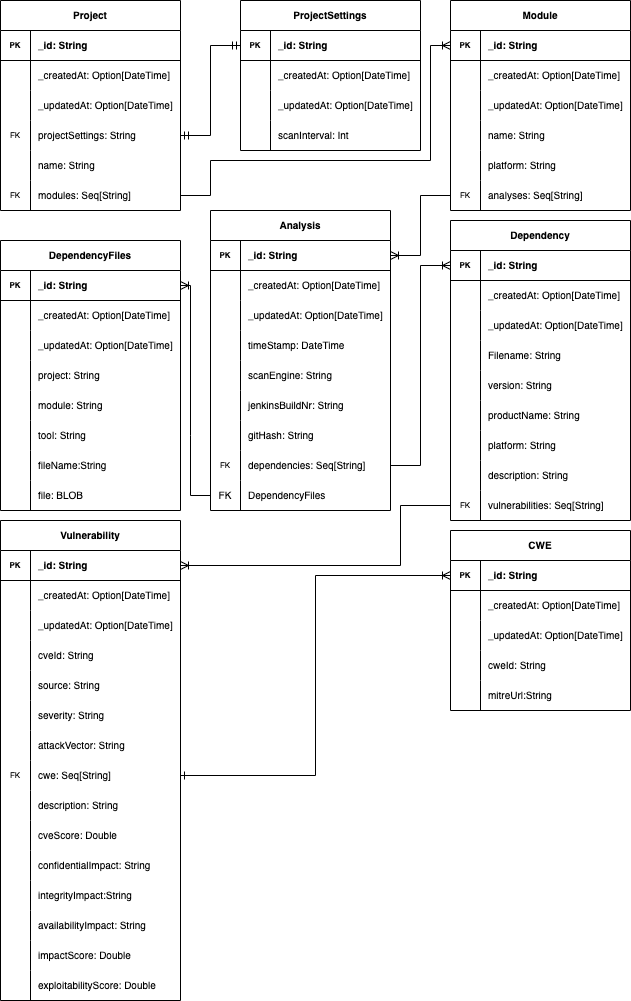
Above: gfx/SOUPAPI-SOUPAPI DM.png in codefink2020/AfstudeerVerslagFINAL (draw.io), before the change. Source tidied: cells renumbered, new cells last; positions are measured from the earlier drawing's top-left corner, leaving out a move shared by most shapes.
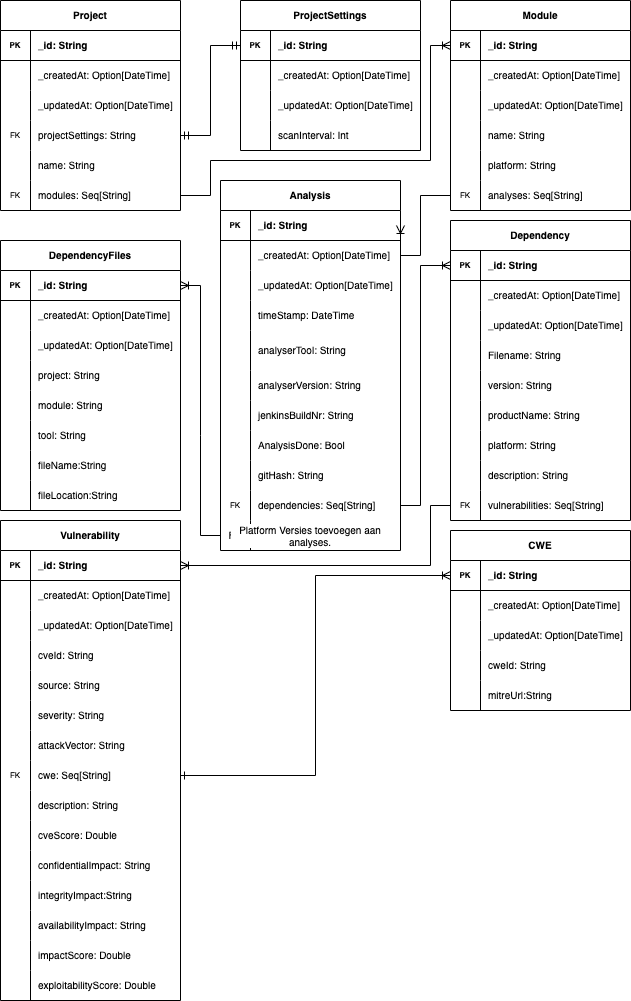
After the change.

Diff of the diagram source:
```diff
@@ -127,7 +127,7 @@
       </mxGeometry>
     </mxCell>
     <mxCell id="41" value="Analysis" style="shape=table;startSize=30;rowLines=0;fontStyle=1;align=center;fontSize=10;" parent="1" vertex="1">
-      <mxGeometry x="210" y="210" width="180" height="300" as="geometry" />
+      <mxGeometry x="220" y="180" width="180" height="370" as="geometry" />
     </mxCell>
     <mxCell id="42" style="shape=tableRow;horizontal=0;startSize=0;swimlaneHead=0;swimlaneBody=0;fillColor=none;points=[[0,0.5],[1,0.5]];portConstraint=eastwest;top=0;left=0;right=0;bottom=1;fontSize=8;" parent="41" vertex="1">
       <mxGeometry y="30" width="180" height="30" as="geometry" />
@@ -165,17 +165,26 @@
     <mxCell id="53" value="timeStamp: DateTime" style="shape=partialRectangle;fillColor=none;top=0;left=0;bottom=0;right=0;align=left;spacingLeft=6;overflow=hidden;fontSize=10;" parent="51" vertex="1">
       <mxGeometry x="30" width="150" height="30" as="geometry" />
     </mxCell>
+    <mxCell id="204" style="shape=tableRow;horizontal=0;startSize=0;swimlaneHead=0;swimlaneBody=0;fillColor=none;top=0;left=0;right=0;bottom=0;" parent="41" vertex="1">
+      <mxGeometry y="150" width="180" height="40" as="geometry" />
+    </mxCell>
+    <mxCell id="205" style="shape=partialRectangle;fillColor=none;top=0;left=0;bottom=0;right=0;overflow=hidden;" parent="204" vertex="1">
+      <mxGeometry width="30" height="40" as="geometry" />
+    </mxCell>
+    <mxCell id="206" value="analyserTool: String" style="shape=partialRectangle;fillColor=none;top=0;left=0;bottom=0;right=0;align=left;spacingLeft=6;overflow=hidden;fontSize=10;" parent="204" vertex="1">
+      <mxGeometry x="30" width="150" height="40" as="geometry" />
+    </mxCell>
     <mxCell id="54" style="shape=tableRow;horizontal=0;startSize=0;swimlaneHead=0;swimlaneBody=0;fillColor=none;top=0;left=0;right=0;bottom=0;fontSize=8;" parent="41" vertex="1">
-      <mxGeometry y="150" width="180" height="30" as="geometry" />
+      <mxGeometry y="190" width="180" height="30" as="geometry" />
     </mxCell>
     <mxCell id="55" style="shape=partialRectangle;fillColor=none;top=0;left=0;bottom=0;right=0;fontStyle=0;overflow=hidden;fontSize=8;" parent="54" vertex="1">
       <mxGeometry width="30" height="30" as="geometry" />
     </mxCell>
-    <mxCell id="56" value="scanEngine: String" style="shape=partialRectangle;fillColor=none;top=0;left=0;bottom=0;right=0;align=left;spacingLeft=6;fontStyle=0;overflow=hidden;fontSize=10;" parent="54" vertex="1">
+    <mxCell id="56" value="analyserVersion: String" style="shape=partialRectangle;fillColor=none;top=0;left=0;bottom=0;right=0;align=left;spacingLeft=6;fontStyle=0;overflow=hidden;fontSize=10;" parent="54" vertex="1">
       <mxGeometry x="30" width="150" height="30" as="geometry" />
     </mxCell>
     <mxCell id="57" style="shape=tableRow;horizontal=0;startSize=0;swimlaneHead=0;swimlaneBody=0;fillColor=none;top=0;left=0;right=0;bottom=0;fontSize=8;" parent="41" vertex="1">
-      <mxGeometry y="180" width="180" height="30" as="geometry" />
+      <mxGeometry y="220" width="180" height="30" as="geometry" />
     </mxCell>
     <mxCell id="58" style="shape=partialRectangle;fillColor=none;top=0;left=0;bottom=0;right=0;fontStyle=0;overflow=hidden;fontSize=8;" parent="57" vertex="1">
       <mxGeometry width="30" height="30" as="geometry" />
@@ -183,8 +192,17 @@
     <mxCell id="59" value="jenkinsBuildNr: String" style="shape=partialRectangle;fillColor=none;top=0;left=0;bottom=0;right=0;align=left;spacingLeft=6;fontStyle=0;overflow=hidden;fontSize=10;" parent="57" vertex="1">
       <mxGeometry x="30" width="150" height="30" as="geometry" />
     </mxCell>
+    <mxCell id="207" style="shape=tableRow;horizontal=0;startSize=0;swimlaneHead=0;swimlaneBody=0;fillColor=none;top=0;left=0;right=0;bottom=0;rounded=1;labelBackgroundColor=default;fontSize=10;strokeColor=default;" parent="41" vertex="1">
+      <mxGeometry y="250" width="180" height="30" as="geometry" />
+    </mxCell>
+    <mxCell id="208" style="shape=partialRectangle;fillColor=none;top=0;left=0;bottom=0;right=0;fontStyle=0;overflow=hidden;rounded=1;labelBackgroundColor=default;fontSize=10;strokeColor=default;" parent="207" vertex="1">
+      <mxGeometry width="30" height="30" as="geometry" />
+    </mxCell>
+    <mxCell id="209" value="AnalysisDone: Bool" style="shape=partialRectangle;fillColor=none;top=0;left=0;bottom=0;right=0;align=left;spacingLeft=6;fontStyle=0;overflow=hidden;rounded=1;labelBackgroundColor=default;fontSize=10;strokeColor=default;" parent="207" vertex="1">
+      <mxGeometry x="30" width="150" height="30" as="geometry" />
+    </mxCell>
     <mxCell id="60" style="shape=tableRow;horizontal=0;startSize=0;swimlaneHead=0;swimlaneBody=0;fillColor=none;top=0;left=0;right=0;bottom=0;fontSize=8;" parent="41" vertex="1">
-      <mxGeometry y="210" width="180" height="30" as="geometry" />
+      <mxGeometry y="280" width="180" height="30" as="geometry" />
     </mxCell>
     <mxCell id="61" style="shape=partialRectangle;fillColor=none;top=0;left=0;bottom=0;right=0;fontStyle=0;overflow=hidden;fontSize=8;" parent="60" vertex="1">
       <mxGeometry width="30" height="30" as="geometry" />
@@ -193,7 +211,7 @@
       <mxGeometry x="30" width="150" height="30" as="geometry" />
     </mxCell>
     <mxCell id="63" style="shape=tableRow;horizontal=0;startSize=0;swimlaneHead=0;swimlaneBody=0;fillColor=none;points=[[0,0.5],[1,0.5]];portConstraint=eastwest;top=0;left=0;right=0;bottom=0;fontSize=8;" parent="41" vertex="1">
-      <mxGeometry y="240" width="180" height="30" as="geometry" />
+      <mxGeometry y="310" width="180" height="30" as="geometry" />
     </mxCell>
     <mxCell id="64" value="FK" style="shape=partialRectangle;fillColor=none;top=0;left=0;bottom=0;right=0;fontStyle=0;overflow=hidden;fontSize=8;" parent="63" vertex="1">
       <mxGeometry width="30" height="30" as="geometry" />
@@ -202,7 +220,7 @@
       <mxGeometry x="30" width="150" height="30" as="geometry" />
     </mxCell>
     <mxCell id="66" style="shape=tableRow;horizontal=0;startSize=0;swimlaneHead=0;swimlaneBody=0;fillColor=none;points=[[0,0.5],[1,0.5]];portConstraint=eastwest;top=0;left=0;right=0;bottom=0;dashed=1;labelBackgroundColor=none;fontFamily=Helvetica;fontSize=10;fontColor=#000000;" parent="41" vertex="1">
-      <mxGeometry y="270" width="180" height="30" as="geometry" />
+      <mxGeometry y="340" width="180" height="30" as="geometry" />
     </mxCell>
     <mxCell id="67" value="FK" style="shape=partialRectangle;fillColor=none;top=0;left=0;bottom=0;right=0;fontStyle=0;overflow=hidden;dashed=1;labelBackgroundColor=none;fontFamily=Helvetica;fontSize=10;fontColor=#000000;" parent="66" vertex="1">
       <mxGeometry width="30" height="30" as="geometry" />
@@ -303,7 +321,12 @@
       <mxGeometry x="30" width="150" height="30" as="geometry" />
     </mxCell>
     <mxCell id="98" style="edgeStyle=orthogonalEdgeStyle;rounded=0;jettySize=auto;html=1;exitX=1;exitY=0.5;exitDx=0;exitDy=0;entryX=0;entryY=0.5;entryDx=0;entryDy=0;fontSize=8;endArrow=ERoneToMany;endFill=0;" parent="1" edge="1" source="63" target="71">
-      <mxGeometry relative="1" as="geometry" />
+      <mxGeometry relative="1" as="geometry">
+        <Array as="points">
+          <mxPoint x="420" y="505" />
+          <mxPoint x="420" y="265" />
+        </Array>
+      </mxGeometry>
     </mxCell>
     <mxCell id="99" value="Vulnerability" style="shape=table;startSize=30;rowLines=0;fontStyle=1;align=center;fontSize=10;" parent="1" vertex="1">
       <mxGeometry y="520" width="180" height="480" as="geometry" />
@@ -449,8 +472,8 @@
     <mxCell id="146" style="edgeStyle=orthogonalEdgeStyle;rounded=0;jettySize=auto;html=1;exitX=0;exitY=0.5;exitDx=0;exitDy=0;entryX=1;entryY=0.5;entryDx=0;entryDy=0;fontSize=8;endArrow=ERoneToMany;endFill=0;" parent="1" edge="1" source="95" target="100">
       <mxGeometry relative="1" as="geometry">
         <Array as="points">
-          <mxPoint x="400" y="505" />
-          <mxPoint x="400" y="565" />
+          <mxPoint x="430" y="505" />
+          <mxPoint x="430" y="565" />
         </Array>
       </mxGeometry>
     </mxCell>
@@ -577,15 +600,15 @@
     <mxCell id="187" style="shape=partialRectangle;fillColor=none;top=0;left=0;bottom=0;right=0;fontStyle=0;overflow=hidden;dashed=1;labelBackgroundColor=none;fontFamily=Helvetica;fontSize=8;fontColor=#000000;" parent="186" vertex="1">
       <mxGeometry width="30" height="30" as="geometry" />
     </mxCell>
-    <mxCell id="188" value="file: BLOB" style="shape=partialRectangle;fillColor=none;top=0;left=0;bottom=0;right=0;align=left;spacingLeft=6;fontStyle=0;overflow=hidden;dashed=1;labelBackgroundColor=none;fontFamily=Helvetica;fontSize=10;fontColor=#000000;" parent="186" vertex="1">
+    <mxCell id="188" value="fileLocation:String" style="shape=partialRectangle;fillColor=none;top=0;left=0;bottom=0;right=0;align=left;spacingLeft=6;fontStyle=0;overflow=hidden;dashed=1;labelBackgroundColor=none;fontFamily=Helvetica;fontSize=10;fontColor=#000000;" parent="186" vertex="1">
       <mxGeometry x="30" width="150" height="30" as="geometry" />
     </mxCell>
     <mxCell id="189" style="edgeStyle=none;rounded=0;jettySize=auto;html=1;exitX=0;exitY=0.5;exitDx=0;exitDy=0;entryX=1;entryY=0.5;entryDx=0;entryDy=0;labelBackgroundColor=#FFFFFF;fontFamily=Helvetica;fontSize=8;fontColor=#000000;startArrow=none;startFill=0;endArrow=ERoneToMany;endFill=0;" parent="1" edge="1" source="66" target="165">
       <mxGeometry relative="1" as="geometry">
         <Array as="points">
-          <mxPoint x="190" y="495" />
-          <mxPoint x="190" y="435" />
-          <mxPoint x="190" y="285" />
+          <mxPoint x="200" y="535" />
+          <mxPoint x="200" y="435" />
+          <mxPoint x="200" y="285" />
         </Array>
       </mxGeometry>
     </mxCell>
@@ -631,5 +654,8 @@
     <mxCell id="203" style="edgeStyle=orthogonalEdgeStyle;rounded=0;jettySize=auto;html=1;exitX=1;exitY=0.5;exitDx=0;exitDy=0;entryX=0;entryY=0.5;entryDx=0;entryDy=0;fontSize=8;endArrow=ERmandOne;endFill=0;startArrow=ERmandOne;startFill=0;" parent="1" edge="1" source="12" target="191">
       <mxGeometry relative="1" as="geometry" />
     </mxCell>
+    <mxCell id="210" value="Platform Versies toevoegen aan analyses." style="text;html=1;strokeColor=none;fillColor=none;align=center;verticalAlign=middle;whiteSpace=wrap;rounded=0;labelBackgroundColor=default;fontSize=10;" parent="1" vertex="1">
+      <mxGeometry x="230" y="520" width="160" height="30" as="geometry" />
+    </mxCell>
   </root>
 </mxGraphModel>
```
